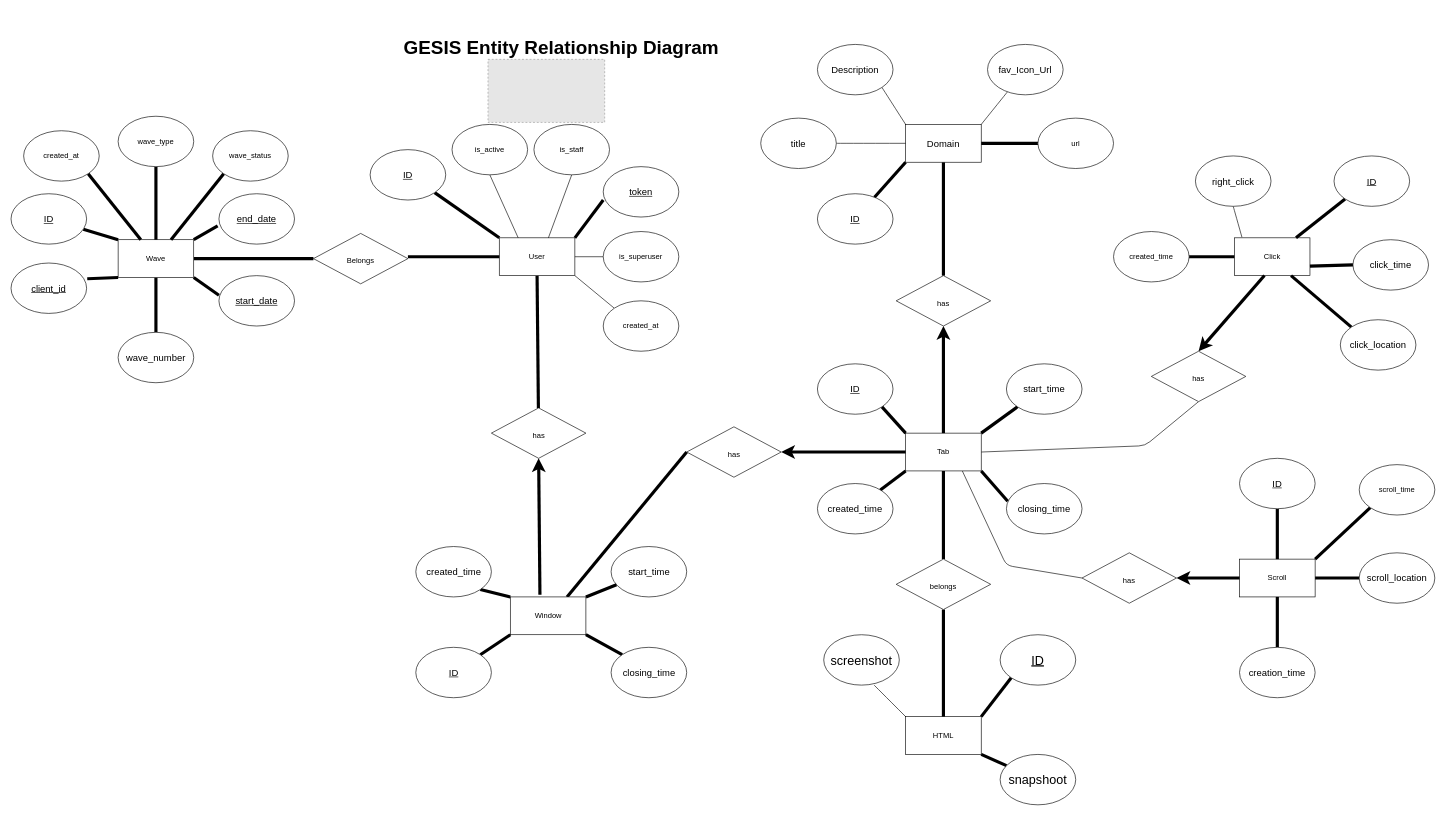
The draw.io diagram entity_relationship_diagram.drawio in gesiscss/gesis_surf_backend, before the edit. Source tidied: cells renumbered, new cells numbered last; positions are measured from the earlier drawing's top-left corner, leaving out a move shared by most shapes. Both pictures are drawn from the tidied source at 63%, with x=0, y=0 at pixel (11, 11). Pictures stored in the file or linked from it are replaced by grey dashed boxes.
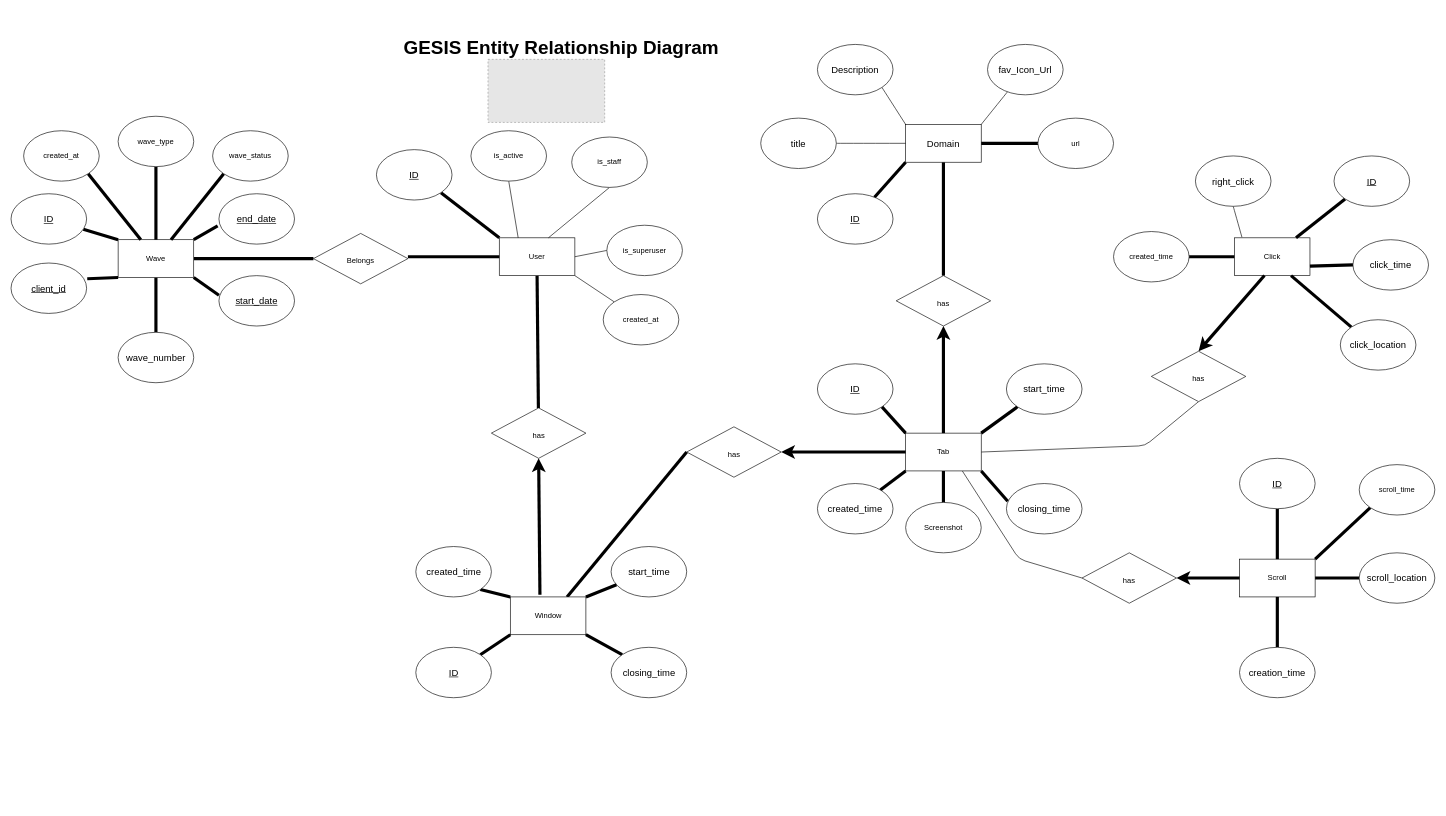
Above is the later version.

Unchanged cells that the change refers to:
```xml
<mxCell id="4" value="User" style="rounded=0;whiteSpace=wrap;html=1;" parent="1" vertex="1">
  <mxGeometry x="775" y="360" width="120" height="60" as="geometry" />
</mxCell>
<mxCell id="19" value="Tab" style="rounded=0;whiteSpace=wrap;html=1;" parent="1" vertex="1">
  <mxGeometry x="1420" y="670" width="120" height="60" as="geometry" />
</mxCell>
<mxCell id="95" value="&lt;span style=&quot;font-size: 12px;&quot;&gt;has&lt;/span&gt;" style="rhombus;whiteSpace=wrap;html=1;fontSize=20;" parent="1" vertex="1">
  <mxGeometry x="1700" y="860" width="150" height="80" as="geometry" />
</mxCell>
```

Change to the diagram source:
```diff
@@
-    <mxCell id="2" style="edgeStyle=none;html=1;exitX=1;exitY=0;exitDx=0;exitDy=0;entryX=0;entryY=0.663;entryDx=0;entryDy=0;fontSize=15;endArrow=none;endFill=0;curved=1;entryPerimeter=0;strokeWidth=5;" parent="1" edge="1" source="4" target="27">
-      <mxGeometry relative="1" as="geometry" />
-    </mxCell>
@@
-    <mxCell id="16" style="edgeStyle=none;html=1;exitX=0.5;exitY=1;exitDx=0;exitDy=0;entryX=0.5;entryY=0;entryDx=0;entryDy=0;strokeWidth=5;endArrow=none;endFill=0;" parent="1" edge="1" source="19" target="86">
-      <mxGeometry relative="1" as="geometry" />
-    </mxCell>
@@
     <mxCell id="18" style="edgeStyle=none;html=1;exitX=0.75;exitY=1;exitDx=0;exitDy=0;entryX=0;entryY=0.5;entryDx=0;entryDy=0;strokeWidth=1;endArrow=none;endFill=0;" parent="1" edge="1" source="19" target="95">
       <mxGeometry relative="1" as="geometry">
         <Array as="points">
-          <mxPoint x="1580" y="880" />
+          <mxPoint x="1600" y="870" />
         </Array>
       </mxGeometry>
     </mxCell>
+    <mxCell id="112" style="edgeStyle=none;html=1;exitX=0.5;exitY=1;exitDx=0;exitDy=0;entryX=0.5;entryY=0;entryDx=0;entryDy=0;endArrow=none;endFill=0;strokeWidth=5;" parent="1" edge="1" source="19" target="113">
+      <mxGeometry relative="1" as="geometry" />
+    </mxCell>
@@
-    <mxCell id="23" value="HTML" style="rounded=0;whiteSpace=wrap;html=1;" parent="1" vertex="1">
-      <mxGeometry x="1420" y="1120" width="120" height="60" as="geometry" />
-    </mxCell>
@@
-    <mxCell id="27" value="&lt;u&gt;token&lt;/u&gt;" style="ellipse;whiteSpace=wrap;html=1;fontSize=15;" parent="1" vertex="1">
-      <mxGeometry x="940" y="247" width="120" height="80" as="geometry" />
-    </mxCell>
@@
     <mxCell id="29" value="&lt;u&gt;ID&lt;/u&gt;" style="ellipse;whiteSpace=wrap;html=1;fontSize=15;" parent="1" vertex="1">
-      <mxGeometry x="570" y="220" width="120" height="80" as="geometry" />
+      <mxGeometry x="580" y="220" width="120" height="80" as="geometry" />
     </mxCell>
@@
-    <mxCell id="71" style="edgeStyle=none;curved=1;html=1;exitX=0;exitY=1;exitDx=0;exitDy=0;entryX=1;entryY=0;entryDx=0;entryDy=0;fontSize=20;endArrow=none;endFill=0;strokeWidth=5;" parent="1" edge="1" source="72" target="23">
-      <mxGeometry relative="1" as="geometry" />
-    </mxCell>
-    <mxCell id="72" value="&lt;u&gt;ID&lt;/u&gt;" style="ellipse;whiteSpace=wrap;html=1;fontSize=20;" parent="1" vertex="1">
-      <mxGeometry x="1570" y="990" width="120" height="80" as="geometry" />
-    </mxCell>
-    <mxCell id="73" style="edgeStyle=none;html=1;strokeWidth=5;endArrow=none;endFill=0;entryX=1;entryY=1;entryDx=0;entryDy=0;" parent="1" edge="1" source="74" target="23">
-      <mxGeometry relative="1" as="geometry" />
-    </mxCell>
-    <mxCell id="74" value="snapshoot" style="ellipse;whiteSpace=wrap;html=1;fontSize=20;" parent="1" vertex="1">
-      <mxGeometry x="1570" y="1180" width="120" height="80" as="geometry" />
-    </mxCell>
-    <mxCell id="75" style="edgeStyle=none;curved=1;html=1;fontSize=20;endArrow=none;endFill=0;entryX=0;entryY=0;entryDx=0;entryDy=0;" parent="1" edge="1" target="23">
-      <mxGeometry relative="1" as="geometry">
-        <mxPoint x="1370" y="1070" as="sourcePoint" />
-      </mxGeometry>
-    </mxCell>
-    <mxCell id="76" value="screenshot" style="ellipse;whiteSpace=wrap;html=1;fontSize=20;" parent="1" vertex="1">
-      <mxGeometry x="1290" y="990" width="120" height="80" as="geometry" />
-    </mxCell>
@@
-    <mxCell id="85" style="edgeStyle=none;html=1;exitX=0.5;exitY=1;exitDx=0;exitDy=0;entryX=0.5;entryY=0;entryDx=0;entryDy=0;strokeWidth=5;endArrow=none;endFill=0;" parent="1" edge="1" source="86" target="23">
-      <mxGeometry relative="1" as="geometry" />
-    </mxCell>
-    <mxCell id="86" value="&lt;span style=&quot;font-size: 12px;&quot;&gt;belongs&lt;/span&gt;" style="rhombus;whiteSpace=wrap;html=1;fontSize=20;" parent="1" vertex="1">
-      <mxGeometry x="1405" y="870" width="150" height="80" as="geometry" />
-    </mxCell>
@@
     <mxCell id="99" value="is_active" style="ellipse;whiteSpace=wrap;html=1;" parent="1" vertex="1">
-      <mxGeometry x="700" y="180" width="120" height="80" as="geometry" />
+      <mxGeometry x="730" y="190" width="120" height="80" as="geometry" />
     </mxCell>
@@
     <mxCell id="101" value="is_staff" style="ellipse;whiteSpace=wrap;html=1;" parent="1" vertex="1">
-      <mxGeometry x="830" y="180" width="120" height="80" as="geometry" />
+      <mxGeometry x="890" y="200" width="120" height="80" as="geometry" />
     </mxCell>
@@
     <mxCell id="103" value="is_superuser" style="ellipse;whiteSpace=wrap;html=1;" parent="1" vertex="1">
-      <mxGeometry x="940" y="350" width="120" height="80" as="geometry" />
+      <mxGeometry x="945.7" y="340" width="120" height="80" as="geometry" />
     </mxCell>
@@
     <mxCell id="105" value="created_at" style="ellipse;whiteSpace=wrap;html=1;" parent="1" vertex="1">
-      <mxGeometry x="940" y="460" width="120" height="80" as="geometry" />
+      <mxGeometry x="940" y="450" width="120" height="80" as="geometry" />
     </mxCell>
@@
+    <mxCell id="113" value="Screenshot" style="ellipse;whiteSpace=wrap;html=1;" parent="1" vertex="1">
+      <mxGeometry x="1420" y="780" width="120" height="80" as="geometry" />
+    </mxCell>
```
